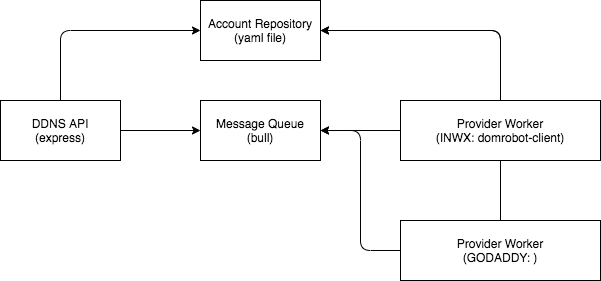
Earlier version of the draw.io export doc/architecture.drawio.png (kyromoto/ddns-broker). Source tidied: cells renumbered, new cells last; positions are measured from the earlier drawing's top-left corner, leaving out a move shared by most shapes.
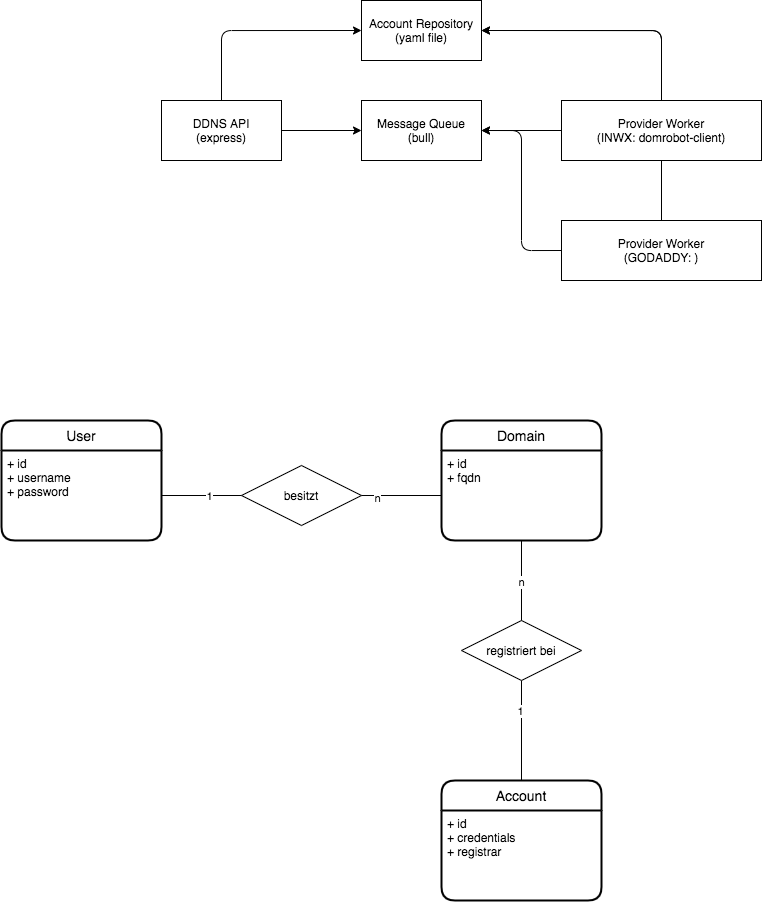
The same file after the commit.

The edit, as a diff of the source:
```diff
@@ -41,5 +41,55 @@
     <mxCell id="12" value="Provider Worker&lt;br&gt;(INWX: domrobot-client)" style="rounded=0;whiteSpace=wrap;html=1;" parent="1" vertex="1">
       <mxGeometry x="400" y="100" width="200" height="60" as="geometry" />
     </mxCell>
+    <mxCell id="13" value="User" style="swimlane;horizontal=1;startSize=30;rounded=1;fontSize=14;fontStyle=0;strokeWidth=2;shadow=0;dashed=0;align=center;" parent="1" vertex="1">
+      <mxGeometry x="-160" y="420" width="160" height="120" as="geometry" />
+    </mxCell>
+    <mxCell id="14" value="+ id&#10;+ username&#10;+ password" style="align=left;strokeColor=none;fillColor=none;spacingLeft=4;fontSize=12;verticalAlign=top;" parent="13" vertex="1">
+      <mxGeometry y="30" width="160" height="90" as="geometry" />
+    </mxCell>
+    <mxCell id="15" value="Domain" style="swimlane;horizontal=1;startSize=30;rounded=1;fontSize=14;fontStyle=0;strokeWidth=2;shadow=0;dashed=0;align=center;" parent="1" vertex="1">
+      <mxGeometry x="280" y="420" width="160" height="120" as="geometry" />
+    </mxCell>
+    <mxCell id="16" value="+ id&#10;+ fqdn" style="align=left;strokeColor=none;fillColor=none;spacingLeft=4;fontSize=12;verticalAlign=top;" parent="15" vertex="1">
+      <mxGeometry y="30" width="160" height="90" as="geometry" />
+    </mxCell>
+    <mxCell id="17" style="edgeStyle=none;html=1;exitX=0.5;exitY=1;exitDx=0;exitDy=0;entryX=0.5;entryY=0;entryDx=0;entryDy=0;endArrow=none;endFill=0;" parent="1" edge="1" source="19" target="22">
+      <mxGeometry relative="1" as="geometry" />
+    </mxCell>
+    <mxCell id="18" value="1" style="edgeLabel;html=1;align=center;verticalAlign=middle;" parent="17" vertex="1">
+      <mxGeometry x="-0.4" y="-2" relative="1" as="geometry" />
+    </mxCell>
+    <mxCell id="19" value="registriert bei" style="shape=rhombus;perimeter=rhombusPerimeter;whiteSpace=wrap;html=1;align=center;" parent="1" vertex="1">
+      <mxGeometry x="300" y="620" width="120" height="60" as="geometry" />
+    </mxCell>
+    <mxCell id="20" style="edgeStyle=none;html=1;exitX=0.5;exitY=1;exitDx=0;exitDy=0;entryX=0.5;entryY=0;entryDx=0;entryDy=0;endArrow=none;endFill=0;" parent="1" edge="1" source="16" target="19">
+      <mxGeometry relative="1" as="geometry" />
+    </mxCell>
+    <mxCell id="21" value="n" style="edgeLabel;html=1;align=center;verticalAlign=middle;" parent="20" vertex="1">
+      <mxGeometry x="0.05" y="-1" relative="1" as="geometry">
+        <mxPoint y="-1" as="offset" />
+      </mxGeometry>
+    </mxCell>
+    <mxCell id="22" value="Account" style="swimlane;horizontal=1;startSize=30;rounded=1;fontSize=14;fontStyle=0;strokeWidth=2;shadow=0;dashed=0;align=center;" parent="1" vertex="1">
+      <mxGeometry x="280" y="780" width="160" height="120" as="geometry" />
+    </mxCell>
+    <mxCell id="23" value="+ id&#10;+ credentials&#10;+ registrar" style="align=left;strokeColor=none;fillColor=none;spacingLeft=4;fontSize=12;verticalAlign=top;" parent="22" vertex="1">
+      <mxGeometry y="30" width="160" height="90" as="geometry" />
+    </mxCell>
+    <mxCell id="24" style="edgeStyle=none;html=1;exitX=1;exitY=0.5;exitDx=0;exitDy=0;entryX=0;entryY=0.5;entryDx=0;entryDy=0;endArrow=none;endFill=0;" parent="1" edge="1" source="26" target="16">
+      <mxGeometry relative="1" as="geometry" />
+    </mxCell>
+    <mxCell id="25" value="n" style="edgeLabel;html=1;align=center;verticalAlign=middle;" parent="24" vertex="1">
+      <mxGeometry x="-0.6" y="-2" relative="1" as="geometry" />
+    </mxCell>
+    <mxCell id="26" value="besitzt" style="shape=rhombus;perimeter=rhombusPerimeter;whiteSpace=wrap;html=1;align=center;" parent="1" vertex="1">
+      <mxGeometry x="80" y="465" width="120" height="60" as="geometry" />
+    </mxCell>
+    <mxCell id="27" style="edgeStyle=none;html=1;exitX=1;exitY=0.5;exitDx=0;exitDy=0;entryX=0;entryY=0.5;entryDx=0;entryDy=0;endArrow=none;endFill=0;" parent="1" edge="1" source="14" target="26">
+      <mxGeometry relative="1" as="geometry" />
+    </mxCell>
+    <mxCell id="28" value="1" style="edgeLabel;html=1;align=center;verticalAlign=middle;" parent="27" vertex="1">
+      <mxGeometry x="0.18" relative="1" as="geometry" />
+    </mxCell>
   </root>
 </mxGraphModel>
```
